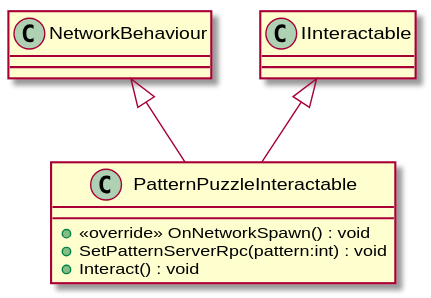
Earlier version of the PlantUML export UML/Puzzles/PatternPuzzle/PatternPuzzleInteractable.svg (David-Denny/COMP3013-Team7).
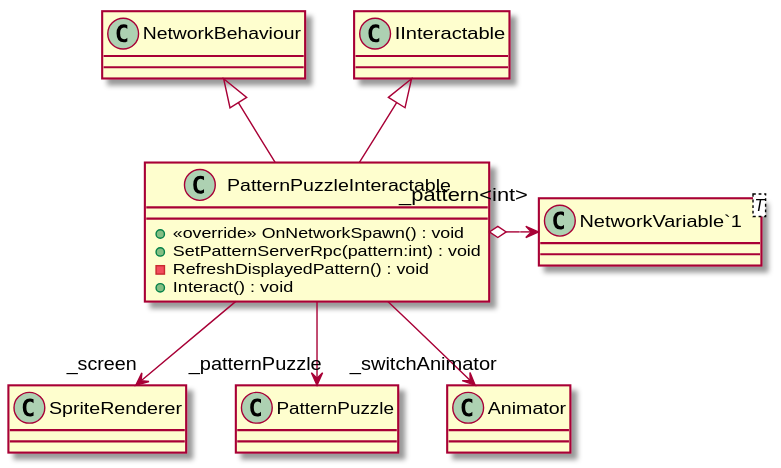
Later version of the same file.

Change to the diagram source:
```diff
@@ -2,8 +2,15 @@
 class PatternPuzzleInteractable {
     + <<override>> OnNetworkSpawn() : void
     + SetPatternServerRpc(pattern:int) : void
+    - RefreshDisplayedPattern() : void
     + Interact() : void
+}
+class "NetworkVariable`1"<T> {
 }
 NetworkBehaviour <|-- PatternPuzzleInteractable
 IInteractable <|-- PatternPuzzleInteractable
+PatternPuzzleInteractable --> "_screen" SpriteRenderer
+PatternPuzzleInteractable --> "_patternPuzzle" PatternPuzzle
+PatternPuzzleInteractable --> "_switchAnimator" Animator
+PatternPuzzleInteractable o-> "_pattern<int>" "NetworkVariable`1"
 @enduml
```
